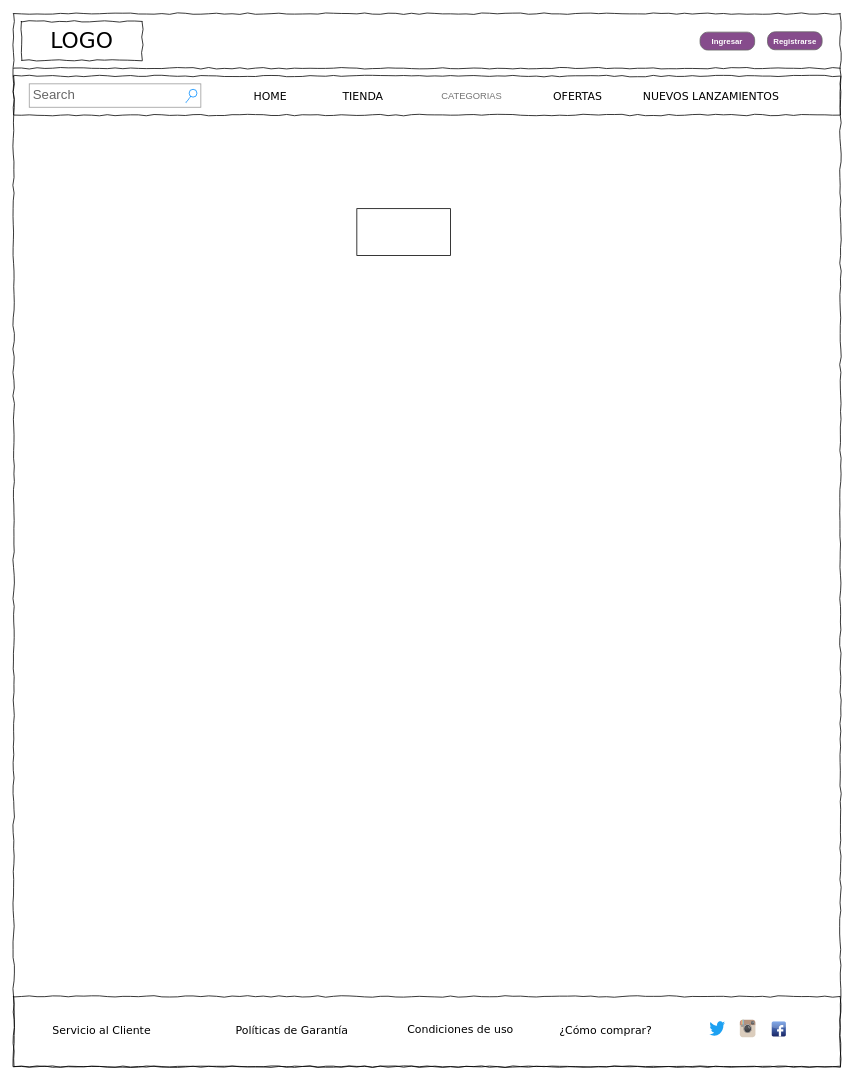
Before: page "Acerca de" (8 of 8) of Esquemas (Wireframes-Modelo de dominio)/Wireframes SMG.drawio in maximilianozurita/SMG, a draw.io diagram. Source tidied: cells renumbered, new cells numbered last; positions are measured from the earlier drawing's top-left corner, leaving out a move shared by most shapes. Both pictures are drawn from the tidied source at 78%, with x=0, y=0 at pixel (13, 13).
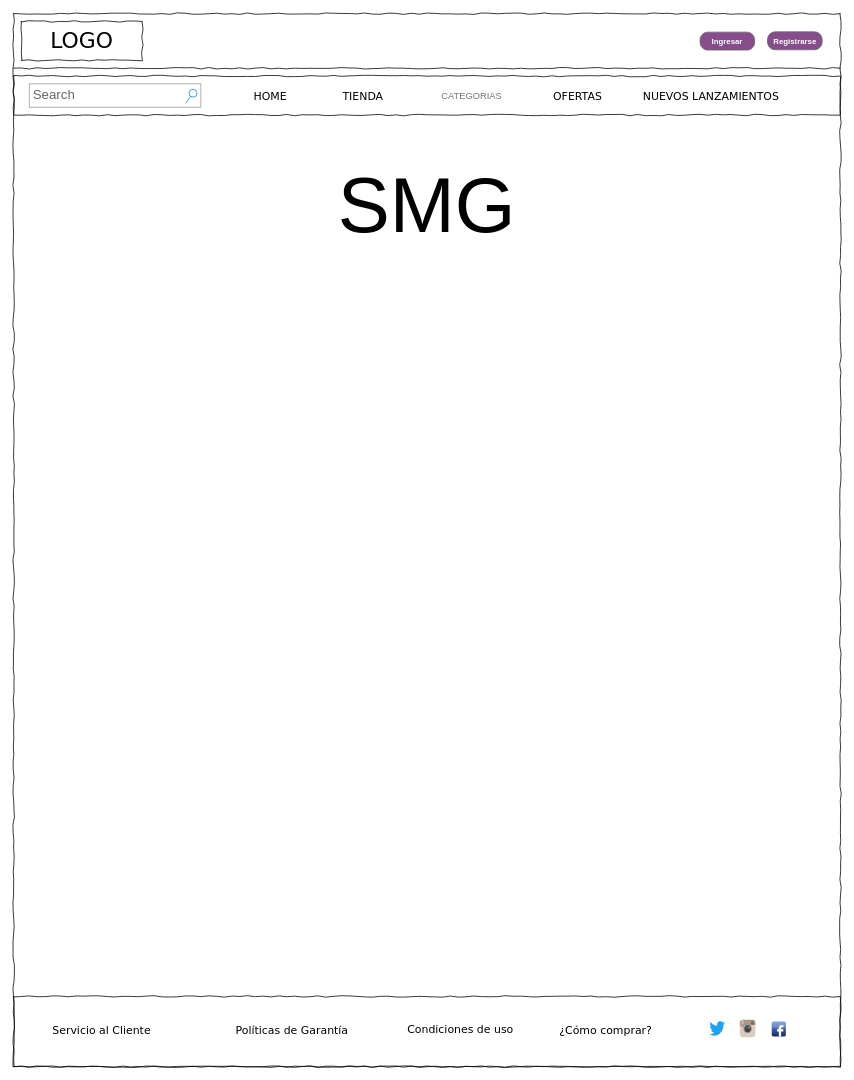
The same diagram, later.

Diff of the diagram source:
```diff
@@
-    <mxCell id="22" style="rounded=0;whiteSpace=wrap;html=1;" parent="1" vertex="1">
-      <mxGeometry x="440" y="250" width="120" height="60" as="geometry" />
-    </mxCell>
+    <mxCell id="23" value="&lt;font style=&quot;font-size: 100px&quot;&gt;SMG&lt;/font&gt;" style="text;html=1;strokeColor=none;fillColor=none;align=center;verticalAlign=middle;whiteSpace=wrap;rounded=0;fontColor=default;" parent="1" vertex="1">
+      <mxGeometry x="500" y="230" width="60" height="30" as="geometry" />
+    </mxCell>
```
